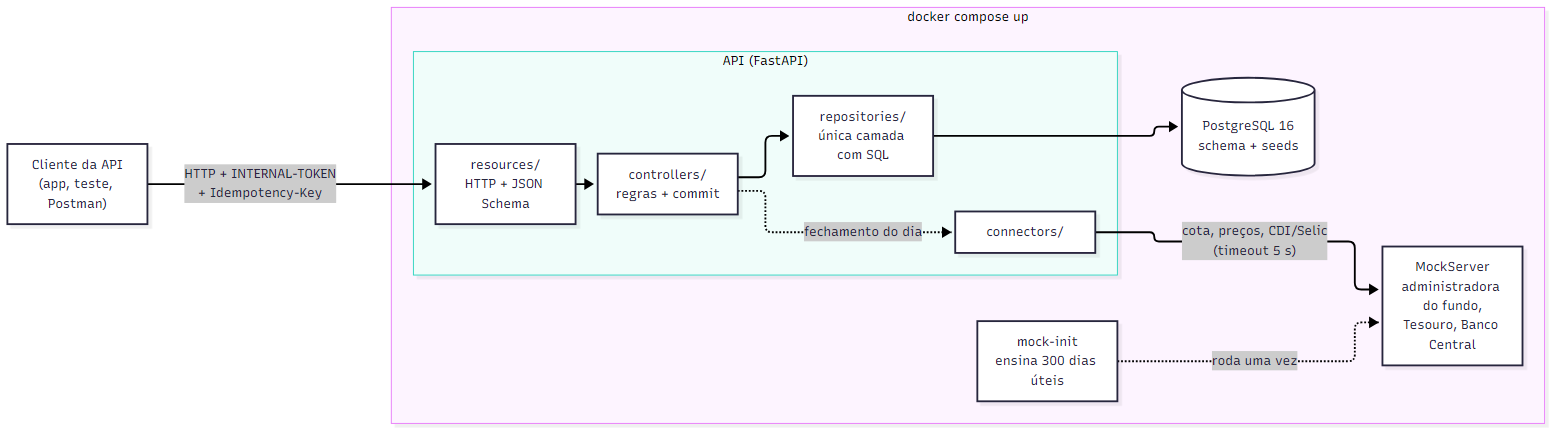
heluylucas/bootcamp-qi-tech-presidas- keeps this Mermaid diagram as docs/diagramas/arquitetura.png. Above is the earlier version. Its source is kept beside it as docs/diagramas/arquitetura.mmd.
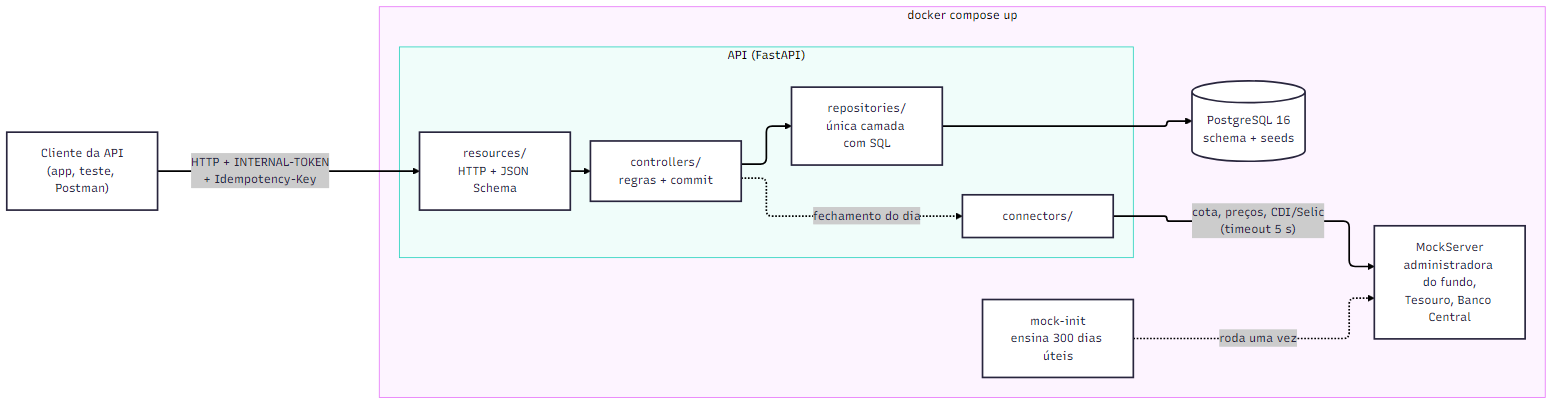
After the change.

Change to the diagram source:
```diff
@@ -1,3 +1,7 @@
+---
+config:
+  look: classic
+---
 flowchart LR
     cli["Cliente da API<br/>(app, teste, Postman)"]
 
```
